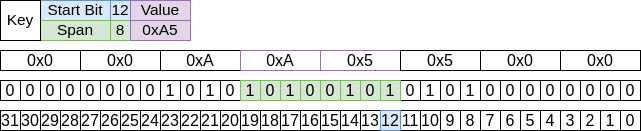
The draw.io diagram docs/modules/ROOT/images/get_12_8.png in AdamVeazey/edf, before a commit. Source tidied: cells renumbered, new cells last; positions are measured from the earlier drawing's top-left corner, leaving out a move shared by most shapes.
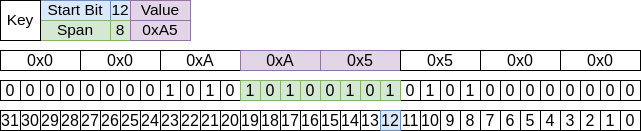
The same file after the commit.

Commit message:
Fill in purple boxes in images

Change to the diagram source:
```diff
@@ -41,7 +41,7 @@
     <mxCell id="14" value="24" style="rounded=0;whiteSpace=wrap;html=1;fontSize=16;" parent="1" vertex="1">
       <mxGeometry x="140" y="110" width="20" height="20" as="geometry" />
     </mxCell>
-    <mxCell id="15" value="0x5" style="rounded=0;whiteSpace=wrap;html=1;fontSize=16;fillColor=default;strokeColor=#9673a6;" parent="1" vertex="1">
+    <mxCell id="15" value="0x5" style="rounded=0;whiteSpace=wrap;html=1;fontSize=16;fillColor=#e1d5e7;strokeColor=#9673a6;" parent="1" vertex="1">
       <mxGeometry x="320" y="50" width="80" height="20" as="geometry" />
     </mxCell>
     <mxCell id="16" value="Start Bit" style="rounded=0;whiteSpace=wrap;html=1;fillColor=#dae8fc;strokeColor=#6c8ebf;fontSize=15.5;fontFamily=Helvetica;labelBorderColor=none;" parent="1" vertex="1">
@@ -149,7 +149,7 @@
     <mxCell id="50" value="0x0" style="rounded=0;whiteSpace=wrap;html=1;fontSize=16;" parent="1" vertex="1">
       <mxGeometry x="80" y="50" width="80" height="20" as="geometry" />
     </mxCell>
-    <mxCell id="51" value="0xA" style="rounded=0;whiteSpace=wrap;html=1;fontSize=16;fillColor=default;strokeColor=#9673a6;" parent="1" vertex="1">
+    <mxCell id="51" value="0xA" style="rounded=0;whiteSpace=wrap;html=1;fontSize=16;fillColor=#e1d5e7;strokeColor=#9673a6;" parent="1" vertex="1">
       <mxGeometry x="240" y="50" width="80" height="20" as="geometry" />
     </mxCell>
     <mxCell id="52" value="0x5" style="rounded=0;whiteSpace=wrap;html=1;fontSize=16;" parent="1" vertex="1">
```
